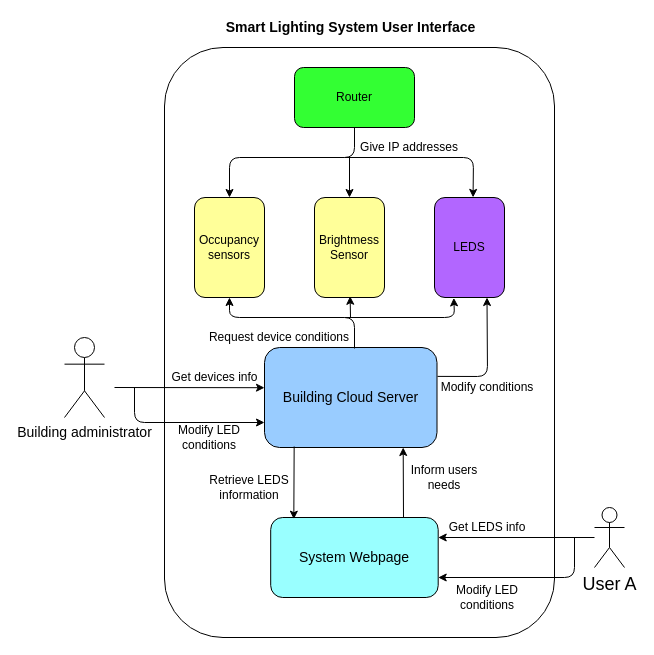
The draw.io diagram Untitled Diagram.drawio in Allen-W426/java-8-lambdas-exercises, before the edit. Source tidied: cells renumbered, new cells numbered last; positions are measured from the earlier drawing's top-left corner, leaving out a move shared by most shapes. Both pictures are drawn from the tidied source at 100%, with x=0, y=0 at pixel (64, 17).
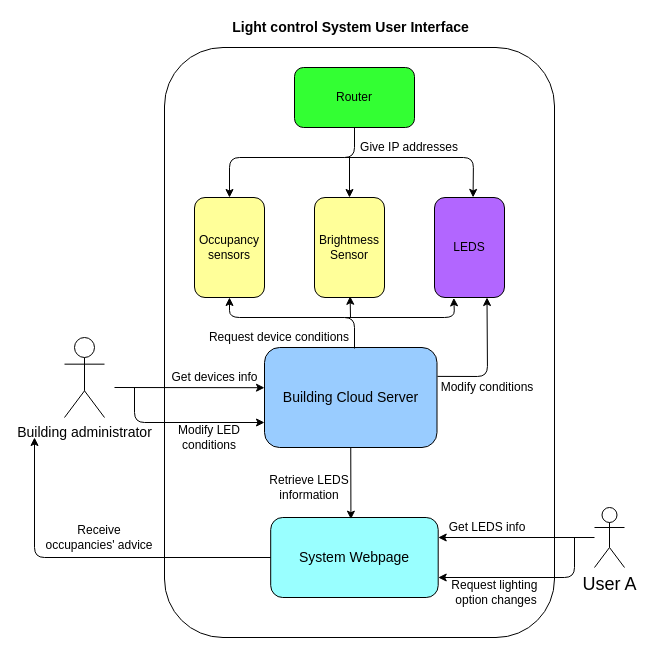
The same diagram, later.

Unchanged cells that the change refers to:
```xml
<mxCell id="14" value="&lt;font style=&quot;font-size: 14px&quot;&gt;Building Cloud Server&lt;/font&gt;" style="rounded=1;whiteSpace=wrap;html=1;fillColor=#99CCFF;" parent="1" vertex="1">
  <mxGeometry x="200" y="330" width="172.5" height="100" as="geometry" />
</mxCell>
<mxCell id="25" value="&lt;font style=&quot;font-size: 14px&quot;&gt;System Webpage&lt;/font&gt;" style="rounded=1;whiteSpace=wrap;html=1;fillColor=#99FFFF;" parent="1" vertex="1">
  <mxGeometry x="206.2" y="500" width="167.5" height="80" as="geometry" />
</mxCell>
```

Change to the diagram source:
```diff
@@
-    <mxCell id="3" value="&lt;font style=&quot;font-size: 14px&quot;&gt;&lt;b&gt;Smart Lighting System User Interface&lt;/b&gt;&lt;/font&gt;" style="text;html=1;align=center;verticalAlign=middle;strokeColor=none;" parent="1" vertex="1">
-      <mxGeometry x="151.2" width="270" height="20" as="geometry" />
+    <mxCell id="3" value="&lt;font style=&quot;font-size: 14px&quot;&gt;&lt;b&gt;Light control System User Interface&lt;/b&gt;&lt;/font&gt;" style="text;html=1;align=center;verticalAlign=middle;strokeColor=none;" parent="1" vertex="1">
+      <mxGeometry x="161.2" width="250" height="20" as="geometry" />
     </mxCell>
@@
-    <mxCell id="26" style="endArrow=classic;html=1;entryX=0.804;entryY=1;entryDx=0;entryDy=0;entryPerimeter=0;" parent="1" edge="1" target="14">
-      <mxGeometry relative="1" as="geometry">
-        <mxPoint x="339" y="500" as="sourcePoint" />
-      </mxGeometry>
-    </mxCell>
-    <mxCell id="27" value="Inform users needs" style="text;html=1;strokeColor=none;fillColor=none;align=center;verticalAlign=middle;whiteSpace=wrap;rounded=0;" parent="1" vertex="1">
-      <mxGeometry x="340" y="450" width="80" height="20" as="geometry" />
-    </mxCell>
-    <mxCell id="28" style="endArrow=classic;html=1;exitX=0.172;exitY=0.99;exitDx=0;exitDy=0;exitPerimeter=0;entryX=0.138;entryY=0.021;entryDx=0;entryDy=0;entryPerimeter=0;" parent="1" edge="1" source="14" target="25">
+    <mxCell id="28" style="endArrow=classic;html=1;exitX=0.5;exitY=1;exitDx=0;exitDy=0;entryX=0.479;entryY=0.021;entryDx=0;entryDy=0;entryPerimeter=0;" parent="1" edge="1" source="14" target="25">
       <mxGeometry relative="1" as="geometry" />
     </mxCell>
     <mxCell id="29" value="Retrieve LEDS information" style="text;html=1;strokeColor=none;fillColor=none;align=center;verticalAlign=middle;whiteSpace=wrap;rounded=0;" parent="1" vertex="1">
-      <mxGeometry x="140" y="460" width="90" height="20" as="geometry" />
+      <mxGeometry x="200" y="460" width="90" height="20" as="geometry" />
     </mxCell>
@@
-    <mxCell id="33" value="Modify LED conditions" style="text;html=1;strokeColor=none;fillColor=none;align=center;verticalAlign=middle;whiteSpace=wrap;rounded=0;" parent="1" vertex="1">
-      <mxGeometry x="387.5" y="570" width="70" height="20" as="geometry" />
-    </mxCell>
+    <mxCell id="34" value="Request lighting&amp;nbsp; option changes" style="text;html=1;strokeColor=none;fillColor=none;align=center;verticalAlign=middle;whiteSpace=wrap;rounded=0;" parent="1" vertex="1">
+      <mxGeometry x="373.8" y="560" width="116.2" height="30" as="geometry" />
+    </mxCell>
+    <mxCell id="35" style="endArrow=classic;html=1;exitX=0;exitY=0.5;exitDx=0;exitDy=0;" parent="1" edge="1" source="25">
+      <mxGeometry relative="1" as="geometry">
+        <mxPoint x="-30" y="420" as="targetPoint" />
+        <Array as="points">
+          <mxPoint x="-30" y="540" />
+        </Array>
+      </mxGeometry>
+    </mxCell>
+    <mxCell id="36" value="Receive occupancies' advice" style="text;html=1;strokeColor=none;fillColor=none;align=center;verticalAlign=middle;whiteSpace=wrap;rounded=0;" parent="1" vertex="1">
+      <mxGeometry x="-20" y="510" width="110" height="20" as="geometry" />
+    </mxCell>
```
